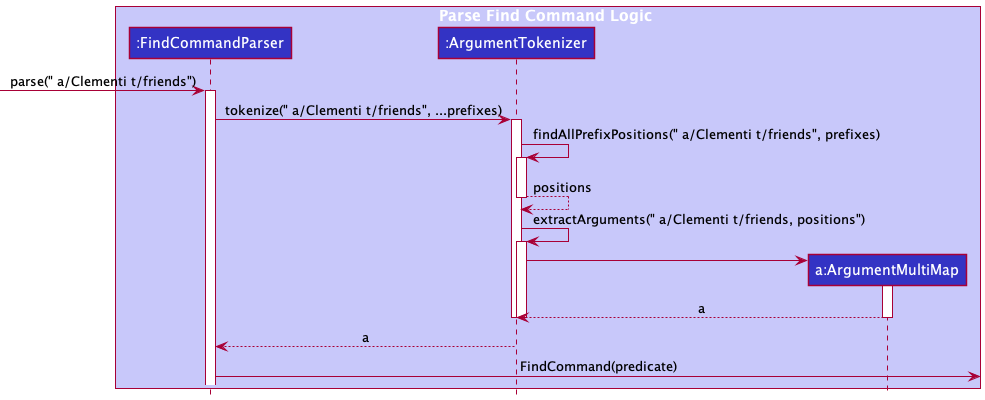
This is docs/images/ParseFindSequenceDiagram.png from nus-cs2103-AY2122S2/tp, a PlantUML export, as it was before one commit.
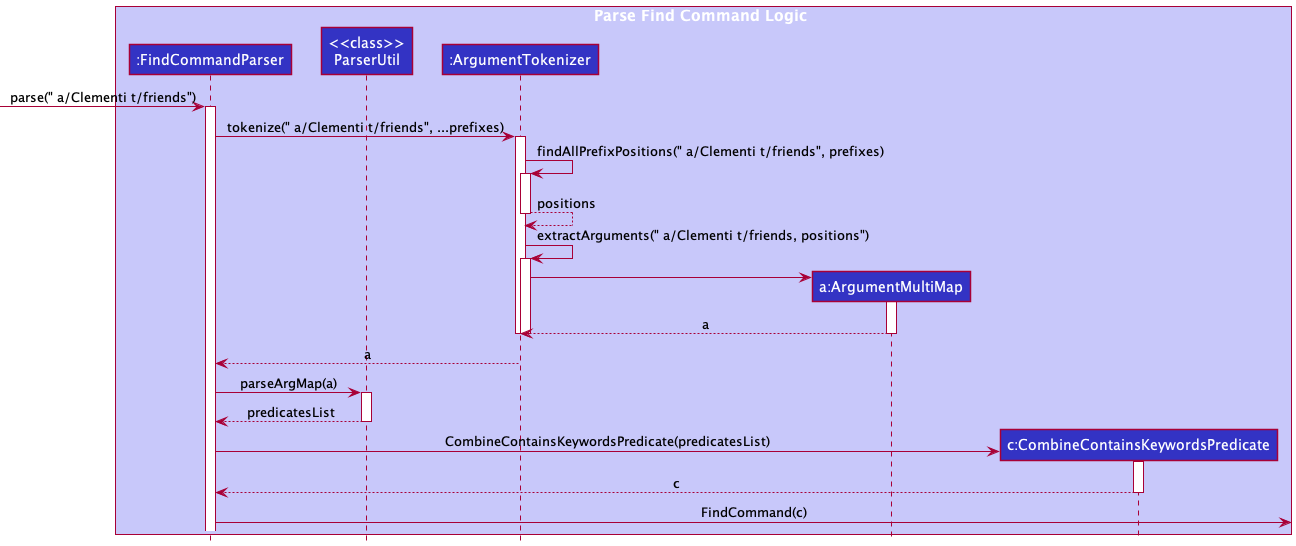
After the commit.

Commit message:
Update diagram for find command

What changed in the source:
```diff
@@ -3,8 +3,10 @@
 
 box Parse Find Command Logic LOGIC_COLOR_T1
 participant ":FindCommandParser" as FindCommandParser LOGIC_COLOR
+participant "<<class>>\nParserUtil" as ParserUtil LOGIC_COLOR
 participant ":ArgumentTokenizer" as ArgumentTokenizer LOGIC_COLOR
 participant "a:ArgumentMultiMap" as ArgumentMultimap LOGIC_COLOR
+participant "c:CombineContainsKeywordsPredicate" as CombineContainsKeywordsPredicate LOGIC_COLOR
 end box
 
 [-> FindCommandParser : parse(" a/Clementi t/friends")
@@ -34,6 +36,19 @@
 
 ArgumentTokenizer --> FindCommandParser : a
 
-FindCommandParser -> : FindCommand(predicate)
+FindCommandParser -> ParserUtil : parseArgMap(a)
+activate ParserUtil
+
+ParserUtil --> FindCommandParser : predicatesList
+deactivate ParserUtil
+
+create CombineContainsKeywordsPredicate
+FindCommandParser -> CombineContainsKeywordsPredicate : CombineContainsKeywordsPredicate(predicatesList)
+activate CombineContainsKeywordsPredicate
+
+CombineContainsKeywordsPredicate --> FindCommandParser : c
+deactivate CombineContainsKeywordsPredicate
+
+FindCommandParser -> : FindCommand(c)
 
 @enduml
```
